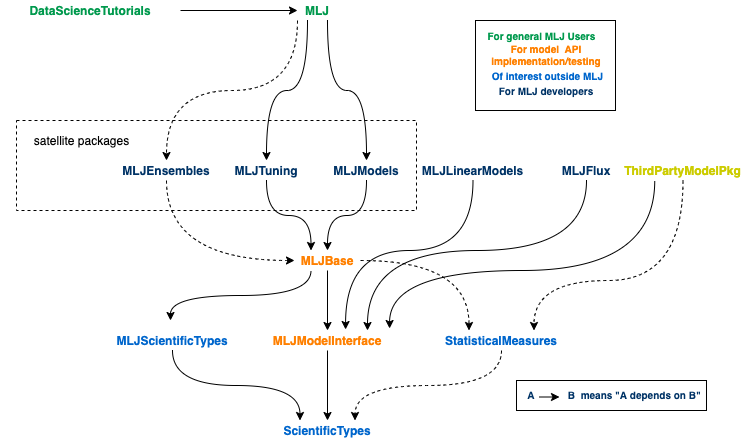
The draw.io diagram material/MLJ_stack.png in JuliaAI/MLJ.jl, before a commit. Source tidied: cells renumbered, new cells last; positions are measured from the earlier drawing's top-left corner, leaving out a move shared by most shapes.
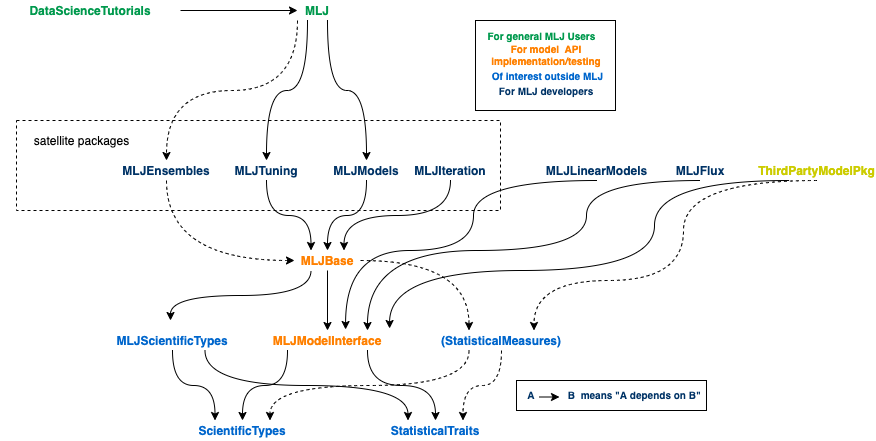
Later version of the same file.

Commit message:
update MLJ stack diagram in readme

What changed in the source:
```diff
@@ -3,16 +3,13 @@
     <mxCell id="0" />
     <mxCell id="1" parent="0" />
     <mxCell id="2" style="rounded=0;whiteSpace=wrap;html=1;fillColor=none;dashed=1;strokeColor=#000000;" parent="1" vertex="1">
-      <mxGeometry x="16" y="120" width="400" height="90" as="geometry" />
+      <mxGeometry x="16" y="120" width="484" height="90" as="geometry" />
     </mxCell>
-    <mxCell id="3" style="edgeStyle=orthogonalEdgeStyle;curved=1;rounded=0;jettySize=auto;html=1;exitX=0.5;exitY=1;exitDx=0;exitDy=0;entryX=0.5;entryY=0;entryDx=0;entryDy=0;" parent="1" edge="1" source="4" target="5">
-      <mxGeometry relative="1" as="geometry" />
-    </mxCell>
     <mxCell id="4" value="&lt;b&gt;&lt;font color=&quot;#ff8000&quot;&gt;MLJModelInterface&lt;/font&gt;&lt;/b&gt;" style="text;html=1;strokeColor=none;fillColor=none;align=center;verticalAlign=middle;whiteSpace=wrap;rounded=0;comic=1;" parent="1" vertex="1">
       <mxGeometry x="247" y="330" width="160" height="20" as="geometry" />
     </mxCell>
     <mxCell id="5" value="&lt;b&gt;&lt;font color=&quot;#0066cc&quot;&gt;ScientificTypes&lt;/font&gt;&lt;/b&gt;" style="text;html=1;strokeColor=none;fillColor=none;align=center;verticalAlign=middle;whiteSpace=wrap;rounded=0;comic=1;" parent="1" vertex="1">
-      <mxGeometry x="272" y="420" width="110" height="20" as="geometry" />
+      <mxGeometry x="187" y="420" width="110" height="20" as="geometry" />
     </mxCell>
     <mxCell id="6" style="edgeStyle=orthogonalEdgeStyle;rounded=0;jettySize=auto;html=1;exitX=0.5;exitY=1;exitDx=0;exitDy=0;entryX=0.25;entryY=0;entryDx=0;entryDy=0;curved=1;" parent="1" edge="1" source="7" target="5">
       <mxGeometry relative="1" as="geometry" />
@@ -55,7 +52,7 @@
       </mxGeometry>
     </mxCell>
     <mxCell id="17" value="&lt;b&gt;&lt;font color=&quot;#003366&quot;&gt;MLJLinearModels&lt;/font&gt;&lt;/b&gt;" style="text;html=1;strokeColor=none;fillColor=none;align=center;verticalAlign=middle;whiteSpace=wrap;rounded=0;comic=1;" parent="1" vertex="1">
-      <mxGeometry x="416" y="160" width="113" height="20" as="geometry" />
+      <mxGeometry x="540" y="160" width="113" height="20" as="geometry" />
     </mxCell>
     <mxCell id="18" style="edgeStyle=orthogonalEdgeStyle;curved=1;rounded=0;jettySize=auto;html=1;exitX=0.25;exitY=1;exitDx=0;exitDy=0;entryX=0.888;entryY=-0.1;entryDx=0;entryDy=0;entryPerimeter=0;fontSize=10;" parent="1" edge="1" source="20" target="4">
       <mxGeometry relative="1" as="geometry">
@@ -74,7 +71,7 @@
       </mxGeometry>
     </mxCell>
     <mxCell id="20" value="&lt;b&gt;&lt;font color=&quot;#cccc00&quot;&gt;ThirdPartyModelPkg&lt;/font&gt;&lt;/b&gt;" style="text;html=1;strokeColor=none;fillColor=none;align=center;verticalAlign=middle;whiteSpace=wrap;rounded=0;comic=1;" parent="1" vertex="1">
-      <mxGeometry x="626" y="160" width="113" height="20" as="geometry" />
+      <mxGeometry x="760" y="160" width="113" height="20" as="geometry" />
     </mxCell>
     <mxCell id="21" style="edgeStyle=orthogonalEdgeStyle;curved=1;rounded=0;jettySize=auto;html=1;exitX=0.25;exitY=1;exitDx=0;exitDy=0;entryX=0.5;entryY=0;entryDx=0;entryDy=0;" parent="1" edge="1" source="24" target="13">
       <mxGeometry relative="1" as="geometry" />
@@ -88,10 +85,13 @@
     <mxCell id="24" value="&lt;b&gt;&lt;font color=&quot;#00994d&quot;&gt;MLJ&lt;/font&gt;&lt;/b&gt;" style="text;html=1;strokeColor=none;fillColor=none;align=center;verticalAlign=middle;whiteSpace=wrap;rounded=0;comic=1;" parent="1" vertex="1">
       <mxGeometry x="297" width="40" height="20" as="geometry" />
     </mxCell>
-    <mxCell id="25" style="edgeStyle=orthogonalEdgeStyle;curved=1;rounded=0;jettySize=auto;html=1;exitX=0.5;exitY=1;exitDx=0;exitDy=0;entryX=0.75;entryY=0;entryDx=0;entryDy=0;fontSize=10;dashed=1;" parent="1" edge="1" source="26" target="5">
+    <mxCell id="25" style="edgeStyle=orthogonalEdgeStyle;curved=1;rounded=0;jettySize=auto;html=1;exitX=0.25;exitY=1;exitDx=0;exitDy=0;entryX=0.75;entryY=0;entryDx=0;entryDy=0;dashed=1;" parent="1" edge="1" source="26" target="5">
       <mxGeometry relative="1" as="geometry" />
     </mxCell>
+    <mxCell id="46" style="edgeStyle=orthogonalEdgeStyle;curved=1;rounded=0;jettySize=auto;html=1;exitX=0.5;exitY=1;exitDx=0;exitDy=0;entryX=0.75;entryY=0;entryDx=0;entryDy=0;dashed=1;" parent="1" edge="1" source="26" target="47">
+      <mxGeometry relative="1" as="geometry" />
+    </mxCell>
-    <mxCell id="26" value="&lt;b&gt;&lt;font color=&quot;#0066cc&quot;&gt;StatisticalMeasures&lt;/font&gt;&lt;/b&gt;" style="text;html=1;strokeColor=none;fillColor=none;align=center;verticalAlign=middle;whiteSpace=wrap;rounded=0;comic=1;" parent="1" vertex="1">
+    <mxCell id="26" value="&lt;b&gt;&lt;font color=&quot;#0066cc&quot;&gt;(StatisticalMeasures)&lt;/font&gt;&lt;/b&gt;" style="text;html=1;strokeColor=none;fillColor=none;align=center;verticalAlign=middle;whiteSpace=wrap;rounded=0;comic=1;" parent="1" vertex="1">
       <mxGeometry x="436" y="330" width="130" height="20" as="geometry" />
     </mxCell>
     <mxCell id="27" style="edgeStyle=orthogonalEdgeStyle;curved=1;rounded=0;jettySize=auto;html=1;exitX=0.5;exitY=1;exitDx=0;exitDy=0;entryX=0;entryY=0.5;entryDx=0;entryDy=0;dashed=1;" parent="1" edge="1" source="28" target="11">
@@ -115,7 +115,7 @@
       </mxGeometry>
     </mxCell>
     <mxCell id="32" value="&lt;b&gt;&lt;font color=&quot;#003366&quot;&gt;MLJFlux&lt;/font&gt;&lt;/b&gt;" style="text;html=1;strokeColor=none;fillColor=none;align=center;verticalAlign=middle;whiteSpace=wrap;rounded=0;comic=1;" parent="1" vertex="1">
-      <mxGeometry x="536" y="160" width="100" height="20" as="geometry" />
+      <mxGeometry x="650" y="160" width="100" height="20" as="geometry" />
     </mxCell>
     <mxCell id="33" value="satellite packages" style="text;html=1;align=center;verticalAlign=middle;" parent="1" vertex="1">
       <mxGeometry x="26" y="130" width="110" height="20" as="geometry" />
@@ -159,5 +159,23 @@
     <mxCell id="45" value="&lt;b style=&quot;font-size: 10px;&quot;&gt;&lt;font color=&quot;#003366&quot; style=&quot;font-size: 10px;&quot;&gt;For MLJ developers&lt;/font&gt;&lt;/b&gt;" style="text;html=1;strokeColor=none;fillColor=none;align=center;verticalAlign=middle;whiteSpace=wrap;rounded=0;fontSize=10;" parent="40" vertex="1">
       <mxGeometry x="6" y="65" width="180" height="10" as="geometry" />
     </mxCell>
+    <mxCell id="47" value="&lt;font color=&quot;#0066cc&quot;&gt;&lt;b&gt;StatisticalTraits&lt;/b&gt;&lt;/font&gt;" style="text;html=1;strokeColor=none;fillColor=none;align=center;verticalAlign=middle;whiteSpace=wrap;rounded=0;comic=1;" parent="1" vertex="1">
+      <mxGeometry x="380" y="420" width="110" height="20" as="geometry" />
+    </mxCell>
+    <mxCell id="48" style="endArrow=classic;html=1;exitX=0.75;exitY=1;exitDx=0;exitDy=0;entryX=0.25;entryY=0;entryDx=0;entryDy=0;edgeStyle=orthogonalEdgeStyle;curved=1;" parent="1" edge="1" source="7" target="47">
+      <mxGeometry relative="1" as="geometry" />
+    </mxCell>
+    <mxCell id="3" style="endArrow=classic;html=1;exitX=0.25;exitY=1;exitDx=0;exitDy=0;entryX=0.5;entryY=0;entryDx=0;entryDy=0;edgeStyle=orthogonalEdgeStyle;curved=1;" parent="1" edge="1" source="4" target="5">
+      <mxGeometry relative="1" as="geometry" />
+    </mxCell>
+    <mxCell id="49" style="endArrow=classic;html=1;exitX=0.75;exitY=1;exitDx=0;exitDy=0;entryX=0.5;entryY=0;entryDx=0;entryDy=0;edgeStyle=orthogonalEdgeStyle;curved=1;" parent="1" edge="1" source="4" target="47">
+      <mxGeometry relative="1" as="geometry" />
+    </mxCell>
+    <mxCell id="50" style="edgeStyle=orthogonalEdgeStyle;rounded=0;jettySize=auto;html=1;exitX=0.5;exitY=1;exitDx=0;exitDy=0;entryX=0.75;entryY=0;entryDx=0;entryDy=0;curved=1;" parent="1" edge="1" source="51" target="11">
+      <mxGeometry relative="1" as="geometry" />
+    </mxCell>
+    <mxCell id="51" value="&lt;b&gt;&lt;font color=&quot;#003366&quot;&gt;MLJIteration&lt;/font&gt;&lt;/b&gt;" style="text;html=1;strokeColor=none;fillColor=none;align=center;verticalAlign=middle;whiteSpace=wrap;rounded=0;comic=1;" parent="1" vertex="1">
+      <mxGeometry x="400" y="160" width="100" height="20" as="geometry" />
+    </mxCell>
   </root>
 </mxGraphModel>
```
